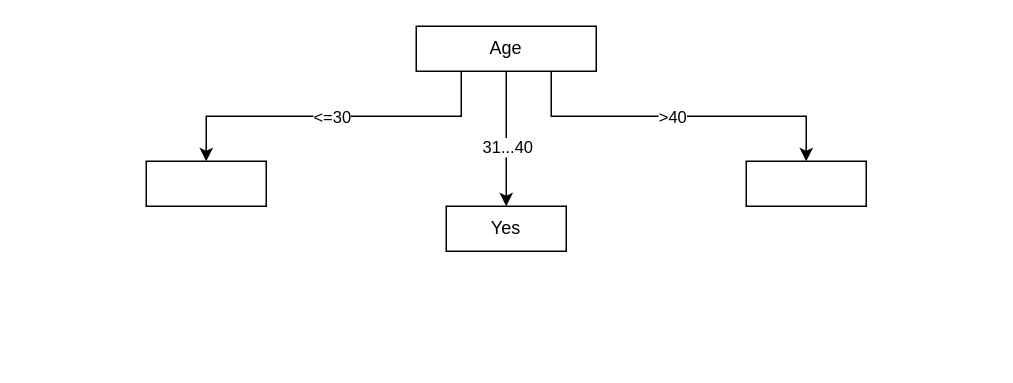
This is MDS-DecisionTree.drawio from 37743/37743.github.io, a draw.io file, before an edit. Source tidied: cells renumbered, new cells numbered last; positions are measured from the earlier drawing's top-left corner, leaving out a move shared by most shapes. Both pictures are drawn from the tidied source at 150%, with x=0, y=0 at pixel (146, 26).
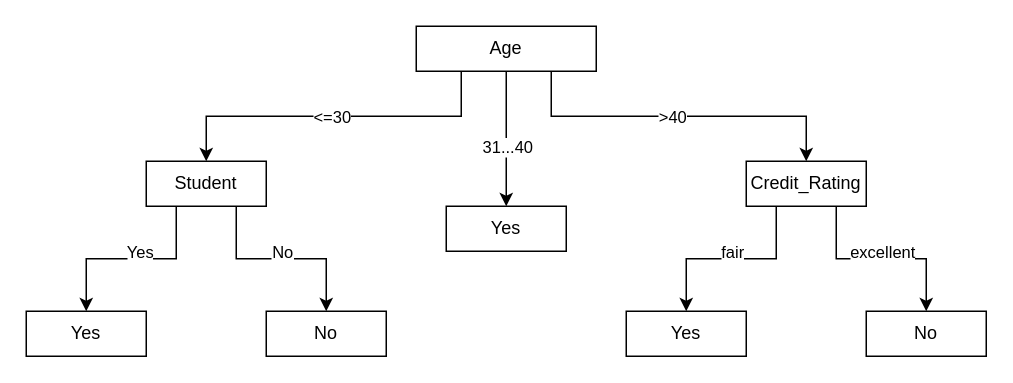
The same page after the edit.

The edit, as a diff of the source:
```diff
@@
+    <mxCell id="12" style="edgeStyle=orthogonalEdgeStyle;rounded=0;jettySize=auto;html=1;exitX=0.25;exitY=1;exitDx=0;exitDy=0;entryX=0.5;entryY=0;entryDx=0;entryDy=0;entryPerimeter=0;" parent="1" edge="1" source="9" target="20">
+      <mxGeometry relative="1" as="geometry" />
+    </mxCell>
+    <mxCell id="13" value="Yes" style="edgeLabel;html=1;align=center;verticalAlign=middle;" parent="12" vertex="1">
+      <mxGeometry x="-0.08" y="2" relative="1" as="geometry">
+        <mxPoint y="-7" as="offset" />
+      </mxGeometry>
+    </mxCell>
+    <mxCell id="14" style="edgeStyle=orthogonalEdgeStyle;rounded=0;jettySize=auto;html=1;exitX=0.75;exitY=1;exitDx=0;exitDy=0;entryX=0.5;entryY=0;entryDx=0;entryDy=0;" parent="1" edge="1" source="9" target="21">
+      <mxGeometry relative="1" as="geometry" />
+    </mxCell>
+    <mxCell id="15" value="No" style="edgeLabel;html=1;align=center;verticalAlign=middle;" parent="14" vertex="1">
+      <mxGeometry x="0.05" y="-4" relative="1" as="geometry">
+        <mxPoint x="-3" y="-9" as="offset" />
+      </mxGeometry>
+    </mxCell>
-    <mxCell id="9" style="rounded=0;whiteSpace=wrap;html=1;" parent="1" vertex="1">
+    <mxCell id="9" value="Student" style="rounded=0;whiteSpace=wrap;html=1;" parent="1" vertex="1">
       <mxGeometry y="90" width="80" height="30" as="geometry" />
     </mxCell>
@@
+    <mxCell id="16" style="edgeStyle=orthogonalEdgeStyle;rounded=0;jettySize=auto;html=1;exitX=0.25;exitY=1;exitDx=0;exitDy=0;entryX=0.5;entryY=0;entryDx=0;entryDy=0;" parent="1" edge="1" source="11" target="22">
+      <mxGeometry relative="1" as="geometry" />
+    </mxCell>
+    <mxCell id="17" value="fair" style="edgeLabel;html=1;align=center;verticalAlign=middle;" parent="16" vertex="1">
+      <mxGeometry x="-0.12" y="2" relative="1" as="geometry">
+        <mxPoint x="-8" y="-7" as="offset" />
+      </mxGeometry>
+    </mxCell>
+    <mxCell id="18" style="edgeStyle=orthogonalEdgeStyle;rounded=0;jettySize=auto;html=1;exitX=0.75;exitY=1;exitDx=0;exitDy=0;entryX=0.5;entryY=0;entryDx=0;entryDy=0;" parent="1" edge="1" source="11" target="23">
+      <mxGeometry relative="1" as="geometry" />
+    </mxCell>
+    <mxCell id="19" value="excellent" style="edgeLabel;html=1;align=center;verticalAlign=middle;" parent="18" vertex="1">
+      <mxGeometry x="-0.09" y="-2" relative="1" as="geometry">
+        <mxPoint x="6" y="-7" as="offset" />
+      </mxGeometry>
+    </mxCell>
-    <mxCell id="11" style="rounded=0;whiteSpace=wrap;html=1;" parent="1" vertex="1">
+    <mxCell id="11" value="Credit_Rating" style="rounded=0;whiteSpace=wrap;html=1;" parent="1" vertex="1">
       <mxGeometry x="400" y="90" width="80" height="30" as="geometry" />
     </mxCell>
+    <mxCell id="20" value="Yes" style="rounded=0;whiteSpace=wrap;html=1;" parent="1" vertex="1">
+      <mxGeometry x="-80" y="190" width="80" height="30" as="geometry" />
+    </mxCell>
+    <mxCell id="21" value="No" style="rounded=0;whiteSpace=wrap;html=1;" parent="1" vertex="1">
+      <mxGeometry x="80" y="190" width="80" height="30" as="geometry" />
+    </mxCell>
+    <mxCell id="22" value="Yes" style="rounded=0;whiteSpace=wrap;html=1;" parent="1" vertex="1">
+      <mxGeometry x="320" y="190" width="80" height="30" as="geometry" />
+    </mxCell>
+    <mxCell id="23" value="No" style="rounded=0;whiteSpace=wrap;html=1;" parent="1" vertex="1">
+      <mxGeometry x="480" y="190" width="80" height="30" as="geometry" />
+    </mxCell>
```
